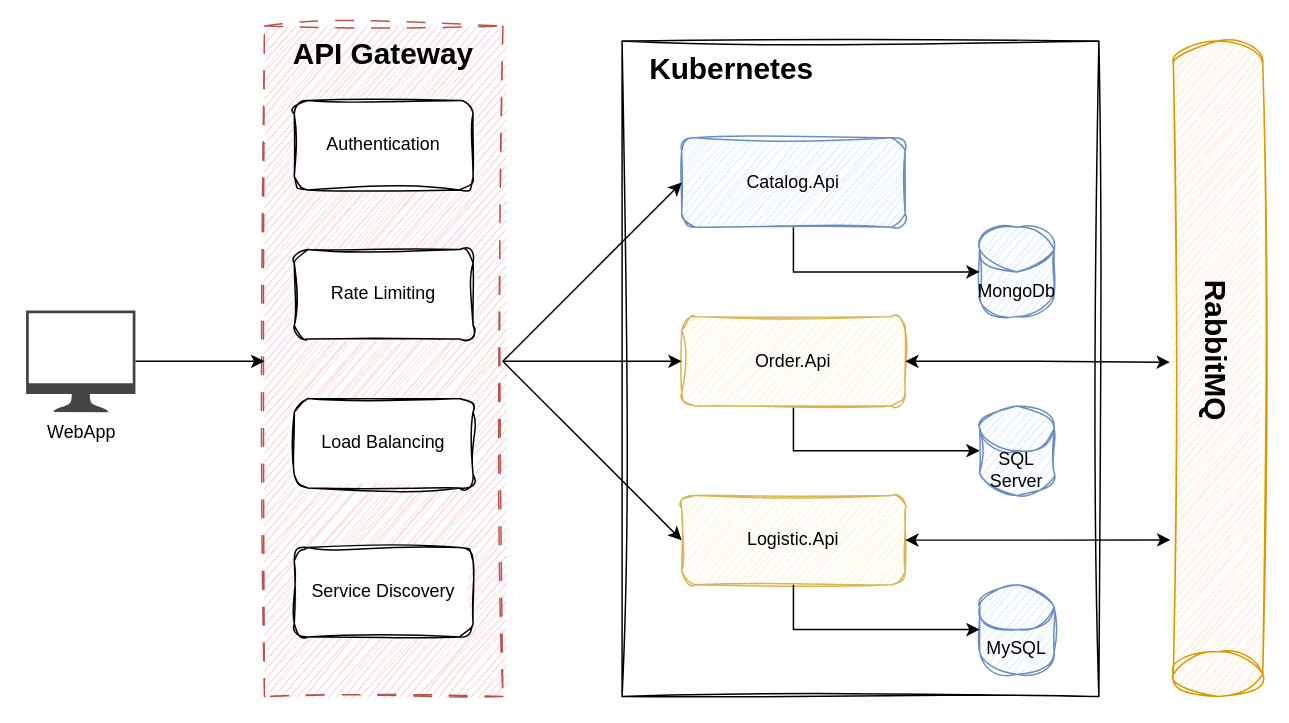
Before: Doc/Arch.drawio in EduardoDorr/KubeFood, a draw.io diagram. Source tidied: cells renumbered, new cells numbered last; positions are measured from the earlier drawing's top-left corner, leaving out a move shared by most shapes. Both pictures are drawn from the tidied source at 149%, with x=0, y=0 at pixel (25, 25).
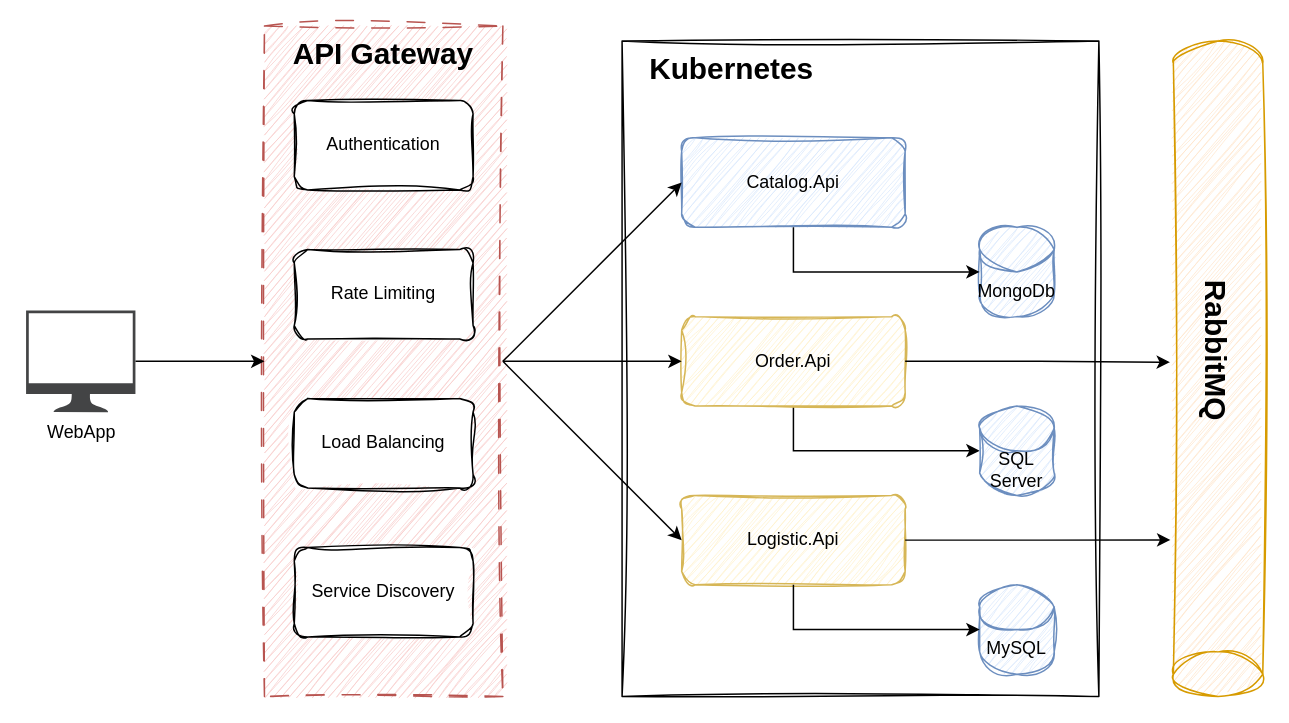
After the change.

Unchanged cells that the change refers to:
```xml
<mxCell id="6" value="RabbitMQ" style="shape=cylinder3;whiteSpace=wrap;html=1;boundedLbl=1;backgroundOutline=1;size=15;sketch=1;curveFitting=1;jiggle=2;horizontal=0;rotation=-180;fontSize=20;fontStyle=1;fillColor=#ffe6cc;strokeColor=#d79b00;" parent="1" vertex="1">
  <mxGeometry x="770" y="10" width="60" height="440" as="geometry" />
</mxCell>
<mxCell id="8" value="Order.Api" style="rounded=1;whiteSpace=wrap;html=1;sketch=1;curveFitting=1;jiggle=2;fillColor=#fff2cc;strokeColor=#d6b656;" parent="1" vertex="1">
  <mxGeometry x="440" y="195" width="150" height="60" as="geometry" />
</mxCell>
<mxCell id="16" value="Logistic.Api" style="rounded=1;whiteSpace=wrap;html=1;sketch=1;curveFitting=1;jiggle=2;fillColor=#fff2cc;strokeColor=#d6b656;" parent="1" vertex="1">
  <mxGeometry x="440" y="315" width="150" height="60" as="geometry" />
</mxCell>
```

Change to the diagram source:
```diff
@@
-    <mxCell id="20" style="edgeStyle=orthogonalEdgeStyle;rounded=0;jettySize=auto;html=1;entryX=1.033;entryY=0.239;entryDx=0;entryDy=0;entryPerimeter=0;startArrow=classic;startFill=1;" parent="1" edge="1" source="16" target="6">
+    <mxCell id="20" style="edgeStyle=orthogonalEdgeStyle;rounded=0;jettySize=auto;html=1;entryX=1.033;entryY=0.239;entryDx=0;entryDy=0;entryPerimeter=0;startArrow=none;startFill=0;" parent="1" edge="1" source="16" target="6">
       <mxGeometry relative="1" as="geometry" />
     </mxCell>
-    <mxCell id="21" style="edgeStyle=orthogonalEdgeStyle;rounded=0;jettySize=auto;html=1;entryX=1.038;entryY=0.51;entryDx=0;entryDy=0;entryPerimeter=0;startArrow=classic;startFill=1;" parent="1" edge="1" source="8" target="6">
+    <mxCell id="21" style="edgeStyle=orthogonalEdgeStyle;rounded=0;jettySize=auto;html=1;entryX=1.038;entryY=0.51;entryDx=0;entryDy=0;entryPerimeter=0;startArrow=none;startFill=0;" parent="1" edge="1" source="8" target="6">
       <mxGeometry relative="1" as="geometry" />
     </mxCell>
```
